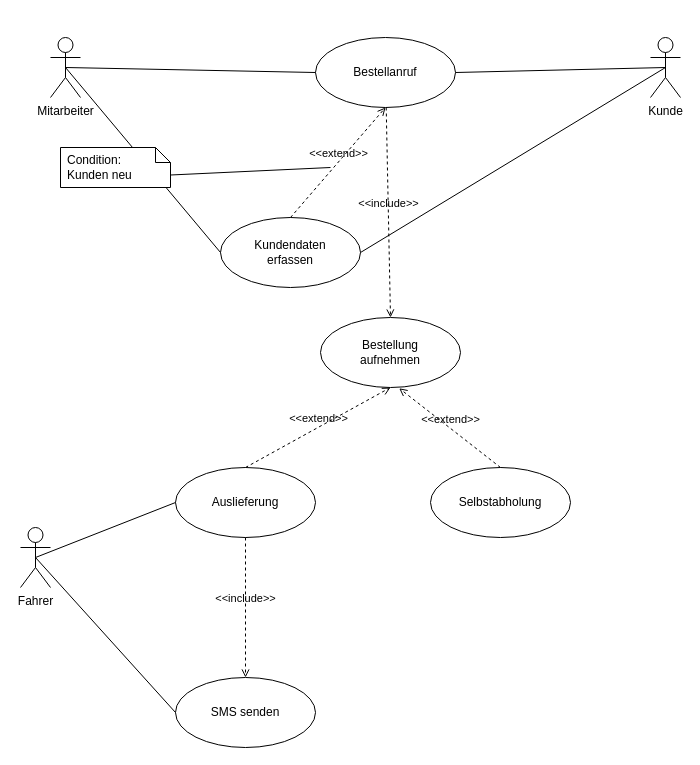
Above: 01_use_case_diagram.drawio in cjanta/01_UML_Diagramme (draw.io), before the change. Source tidied: cells renumbered, new cells numbered last; positions are measured from the earlier drawing's top-left corner, leaving out a move shared by most shapes. Both pictures are drawn from the tidied source at 100%, with x=0, y=0 at pixel (20, 37).
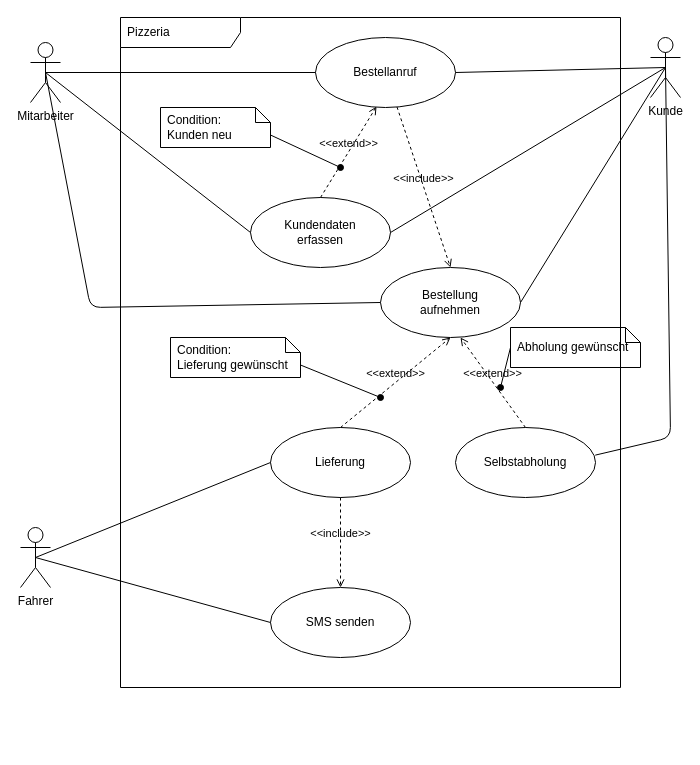
The same page after the edit.

Unchanged cells that the change refers to:
```xml
<mxCell id="4" value="Kunde" style="shape=umlActor;verticalLabelPosition=bottom;verticalAlign=top;html=1;" parent="1" vertex="1">
  <mxGeometry x="630" width="30" height="60" as="geometry" />
</mxCell>
<mxCell id="5" value="Bestellanruf" style="ellipse;whiteSpace=wrap;html=1;" parent="1" vertex="1">
  <mxGeometry x="295" width="140" height="70" as="geometry" />
</mxCell>
```

What changed in the source:
```diff
@@
     <mxCell id="3" value="Mitarbeiter" style="shape=umlActor;verticalLabelPosition=bottom;verticalAlign=top;html=1;" parent="1" vertex="1">
-      <mxGeometry x="30" width="30" height="60" as="geometry" />
+      <mxGeometry x="10" y="5" width="30" height="60" as="geometry" />
     </mxCell>
@@
     <mxCell id="8" value="Kundendaten&lt;br&gt;erfassen" style="ellipse;whiteSpace=wrap;html=1;" parent="1" vertex="1">
-      <mxGeometry x="200" y="180" width="140" height="70" as="geometry" />
+      <mxGeometry x="230" y="160" width="140" height="70" as="geometry" />
     </mxCell>
@@
     <mxCell id="11" value="Condition:&#10;Kunden neu" style="shape=note;size=15;spacingLeft=5;align=left;whiteSpace=wrap;" parent="1" vertex="1">
-      <mxGeometry x="40" y="110" width="110" height="40" as="geometry" />
+      <mxGeometry x="140" y="70" width="110" height="40" as="geometry" />
     </mxCell>
-    <mxCell id="12" value="&amp;lt;&amp;lt;extend&amp;gt;&amp;gt;" style="html=1;verticalAlign=bottom;labelBackgroundColor=none;endArrow=open;endFill=0;dashed=1;exitX=0.5;exitY=0;exitDx=0;exitDy=0;entryX=0.5;entryY=1;entryDx=0;entryDy=0;" parent="1" edge="1" source="8" target="5">
-      <mxGeometry relative="1" as="geometry" />
-    </mxCell>
     <mxCell id="13" value="Bestellung&lt;br&gt;aufnehmen" style="ellipse;whiteSpace=wrap;html=1;" parent="1" vertex="1">
-      <mxGeometry x="300" y="280" width="140" height="70" as="geometry" />
+      <mxGeometry x="360" y="230" width="140" height="70" as="geometry" />
     </mxCell>
@@
-    <mxCell id="15" value="Auslieferung" style="ellipse;whiteSpace=wrap;html=1;" parent="1" vertex="1">
-      <mxGeometry x="155" y="430" width="140" height="70" as="geometry" />
+    <mxCell id="15" value="Lieferung" style="ellipse;whiteSpace=wrap;html=1;" parent="1" vertex="1">
+      <mxGeometry x="250" y="390" width="140" height="70" as="geometry" />
     </mxCell>
-    <mxCell id="16" style="endArrow=none;html=1;exitX=0;exitY=0;exitDx=110;exitDy=27.5;exitPerimeter=0;" parent="1" edge="1" source="11">
-      <mxGeometry relative="1" as="geometry">
-        <mxPoint x="310" y="130" as="targetPoint" />
-      </mxGeometry>
-    </mxCell>
     <mxCell id="17" value="Selbstabholung" style="ellipse;whiteSpace=wrap;html=1;" parent="1" vertex="1">
-      <mxGeometry x="410" y="430" width="140" height="70" as="geometry" />
+      <mxGeometry x="435" y="390" width="140" height="70" as="geometry" />
     </mxCell>
@@
-    <mxCell id="19" value="&amp;lt;&amp;lt;extend&amp;gt;&amp;gt;" style="html=1;verticalAlign=bottom;labelBackgroundColor=none;endArrow=open;endFill=0;dashed=1;entryX=0.562;entryY=1.011;entryDx=0;entryDy=0;entryPerimeter=0;exitX=0.5;exitY=0;exitDx=0;exitDy=0;" parent="1" edge="1" source="17" target="13">
-      <mxGeometry relative="1" as="geometry" />
+    <mxCell id="19" value="&amp;lt;&amp;lt;extend&amp;gt;&amp;gt;" style="html=1;verticalAlign=bottom;labelBackgroundColor=none;endArrow=open;endFill=0;dashed=1;exitX=0.5;exitY=0;exitDx=0;exitDy=0;" parent="1" edge="1" source="17">
+      <mxGeometry relative="1" as="geometry">
+        <mxPoint x="440" y="300" as="targetPoint" />
+      </mxGeometry>
     </mxCell>
     <mxCell id="20" value="SMS senden" style="ellipse;whiteSpace=wrap;html=1;" parent="1" vertex="1">
-      <mxGeometry x="155" y="640" width="140" height="70" as="geometry" />
+      <mxGeometry x="250" y="550" width="140" height="70" as="geometry" />
     </mxCell>
@@
+    <mxCell id="12" value="&amp;lt;&amp;lt;extend&amp;gt;&amp;gt;" style="html=1;verticalAlign=bottom;labelBackgroundColor=none;endArrow=open;endFill=0;dashed=1;entryX=0.436;entryY=0.986;entryDx=0;entryDy=0;entryPerimeter=0;startArrow=none;exitX=0.5;exitY=0;exitDx=0;exitDy=0;" parent="1" edge="1" source="8" target="5">
+      <mxGeometry relative="1" as="geometry" />
+    </mxCell>
+    <mxCell id="24" style="endArrow=none;html=1;rounded=0;align=center;verticalAlign=top;endFill=0;labelBackgroundColor=none;endSize=6;startArrow=oval;startFill=1;entryX=0;entryY=0;entryDx=110;entryDy=27.5;entryPerimeter=0;" parent="1" edge="1" target="11">
+      <mxGeometry relative="1" as="geometry">
+        <mxPoint x="320" y="130" as="sourcePoint" />
+      </mxGeometry>
+    </mxCell>
+    <mxCell id="25" value="Condition:&#10;Lieferung gewünscht" style="shape=note;size=15;spacingLeft=5;align=left;whiteSpace=wrap;" parent="1" vertex="1">
+      <mxGeometry x="150" y="300" width="130" height="40" as="geometry" />
+    </mxCell>
+    <mxCell id="26" style="endArrow=none;html=1;rounded=0;align=center;verticalAlign=top;endFill=0;labelBackgroundColor=none;endSize=6;startArrow=oval;startFill=1;entryX=0;entryY=0;entryDx=130;entryDy=27.5;entryPerimeter=0;" parent="1" edge="1" target="25">
+      <mxGeometry relative="1" as="geometry">
+        <mxPoint x="360" y="360" as="sourcePoint" />
+      </mxGeometry>
+    </mxCell>
+    <mxCell id="27" value="Abholung gewünscht" style="shape=note;size=15;spacingLeft=5;align=left;whiteSpace=wrap;" parent="1" vertex="1">
+      <mxGeometry x="490" y="290" width="130" height="40" as="geometry" />
+    </mxCell>
+    <mxCell id="28" style="endArrow=none;html=1;rounded=0;align=center;verticalAlign=top;endFill=0;labelBackgroundColor=none;endSize=6;startArrow=oval;startFill=1;entryX=0;entryY=0.5;entryDx=0;entryDy=0;entryPerimeter=0;" parent="1" edge="1" target="27">
+      <mxGeometry relative="1" as="geometry">
+        <mxPoint x="480" y="350" as="sourcePoint" />
+      </mxGeometry>
+    </mxCell>
+    <mxCell id="29" style="endArrow=none;html=1;entryX=0.5;entryY=0.5;entryDx=0;entryDy=0;entryPerimeter=0;exitX=0;exitY=0.5;exitDx=0;exitDy=0;" parent="1" edge="1" source="13" target="3">
+      <mxGeometry relative="1" as="geometry">
+        <Array as="points">
+          <mxPoint x="70" y="270" />
+        </Array>
+      </mxGeometry>
+    </mxCell>
+    <mxCell id="30" style="endArrow=none;html=1;entryX=0.5;entryY=0.5;entryDx=0;entryDy=0;entryPerimeter=0;exitX=1;exitY=0.5;exitDx=0;exitDy=0;" parent="1" edge="1" source="13" target="4">
+      <mxGeometry relative="1" as="geometry" />
+    </mxCell>
+    <mxCell id="31" style="endArrow=none;html=1;entryX=0.5;entryY=0.5;entryDx=0;entryDy=0;entryPerimeter=0;exitX=0.998;exitY=0.395;exitDx=0;exitDy=0;exitPerimeter=0;" parent="1" edge="1" source="17" target="4">
+      <mxGeometry relative="1" as="geometry">
+        <Array as="points">
+          <mxPoint x="650" y="400" />
+        </Array>
+      </mxGeometry>
+    </mxCell>
+    <mxCell id="32" value="Pizzeria" style="shape=umlFrame;whiteSpace=wrap;html=1;width=120;height=30;boundedLbl=1;verticalAlign=middle;align=left;spacingLeft=5;" parent="1" vertex="1">
+      <mxGeometry x="100" y="-20" width="500" height="670" as="geometry" />
+    </mxCell>
```
